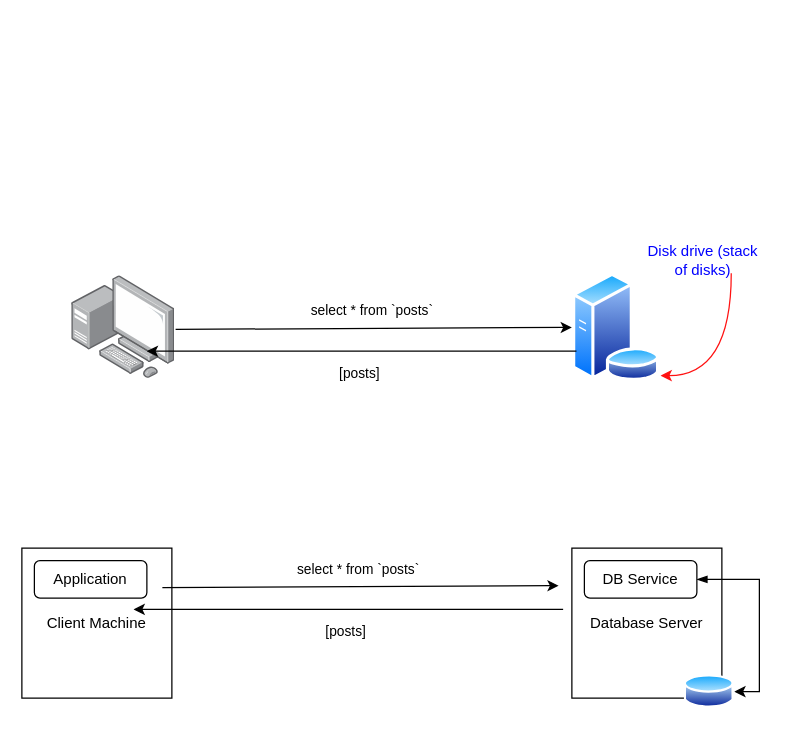
Above: page "Client/Server DB" (1 of 4) of Untitled Diagram.drawio in Holly919/node-db1-guided (draw.io), before the change. Source tidied: cells renumbered, new cells numbered last; positions are measured from the earlier drawing's top-left corner, leaving out a move shared by most shapes. Both pictures are drawn from the tidied source at 125%, with x=0, y=0 at pixel (21, 248).
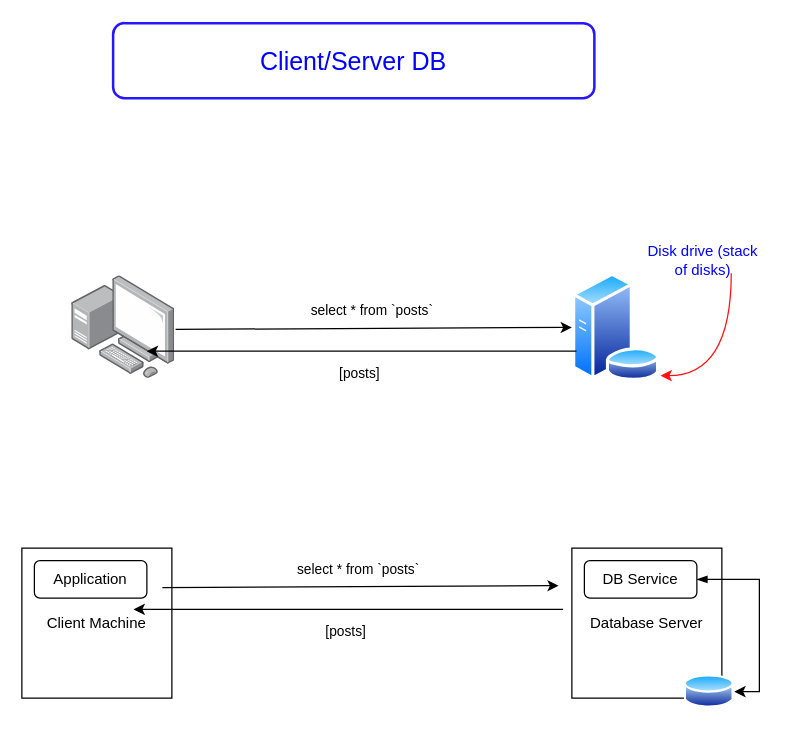
The same diagram, later.

The edit, as a diff of the source:
```diff
@@
+    <mxCell id="16" value="Client/Server DB" style="rounded=1;whiteSpace=wrap;html=1;strokeWidth=2;fillColor=none;fontSize=20;fontColor=#0000FF;strokeColor=#2617FF;" parent="1" vertex="1">
+      <mxGeometry x="73" y="-180" width="385" height="60" as="geometry" />
+    </mxCell>
```
